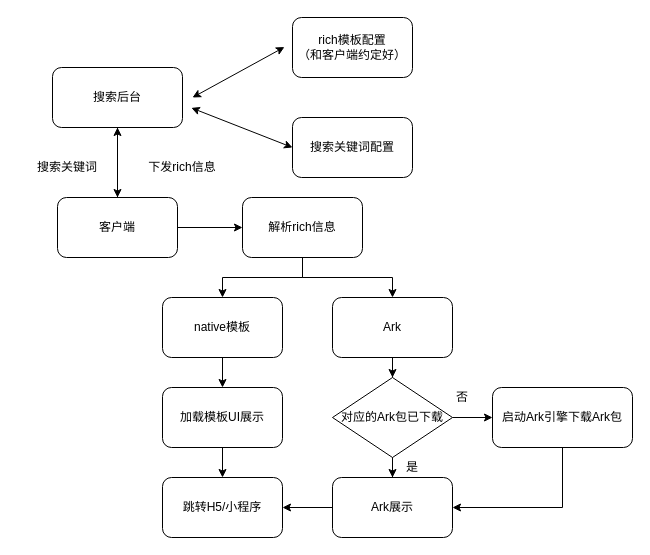
This is page "Ark" (3 of 3) of t3.drawio from wind1096471134/Brainstorming, a draw.io file, before an edit. Source tidied: cells renumbered, new cells numbered last; positions are measured from the earlier drawing's top-left corner, leaving out a move shared by most shapes. Both pictures are drawn from the tidied source at 100%, with x=0, y=0 at pixel (17, 17).
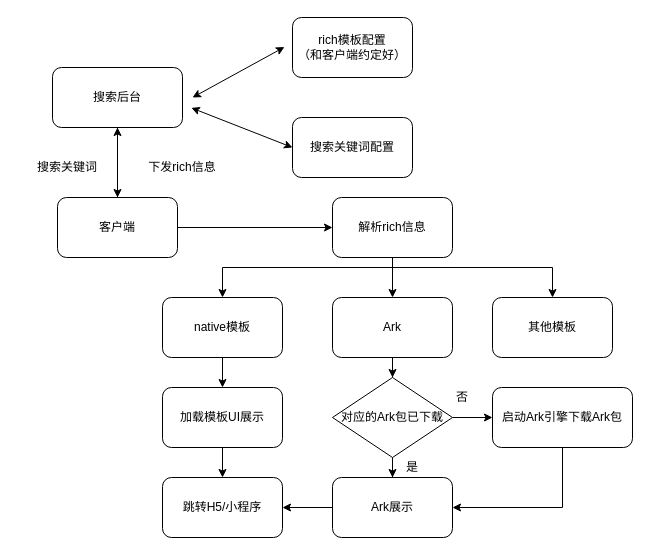
The same page after the edit.

The change refers to these unchanged cells:
```xml
<mxCell id="17" value="native模板" style="rounded=1;whiteSpace=wrap;html=1;" parent="1" vertex="1">
  <mxGeometry x="145" y="280" width="120" height="60" as="geometry" />
</mxCell>
<mxCell id="21" value="Ark" style="rounded=1;whiteSpace=wrap;html=1;" parent="1" vertex="1">
  <mxGeometry x="315" y="280" width="120" height="60" as="geometry" />
</mxCell>
```

The edit, as a diff of the source:
```diff
@@
+    <mxCell id="14" style="edgeStyle=orthogonalEdgeStyle;rounded=0;jettySize=auto;html=1;entryX=0.5;entryY=0;entryDx=0;entryDy=0;" parent="1" edge="1" source="15" target="21">
+      <mxGeometry relative="1" as="geometry" />
+    </mxCell>
+    <mxCell id="33" style="edgeStyle=orthogonalEdgeStyle;rounded=0;jettySize=auto;html=1;entryX=0.5;entryY=0;entryDx=0;entryDy=0;" parent="1" edge="1" source="15" target="34">
+      <mxGeometry relative="1" as="geometry">
+        <Array as="points">
+          <mxPoint x="375" y="250" />
+          <mxPoint x="535" y="250" />
+        </Array>
+      </mxGeometry>
+    </mxCell>
     <mxCell id="13" style="edgeStyle=orthogonalEdgeStyle;rounded=0;jettySize=auto;html=1;entryX=0.5;entryY=0;entryDx=0;entryDy=0;" parent="1" edge="1" source="15" target="17">
-      <mxGeometry relative="1" as="geometry" />
+      <mxGeometry relative="1" as="geometry">
+        <Array as="points">
+          <mxPoint x="375" y="250" />
+          <mxPoint x="205" y="250" />
+        </Array>
+      </mxGeometry>
     </mxCell>
-    <mxCell id="14" style="edgeStyle=orthogonalEdgeStyle;rounded=0;jettySize=auto;html=1;entryX=0.5;entryY=0;entryDx=0;entryDy=0;" parent="1" edge="1" source="15" target="21">
-      <mxGeometry relative="1" as="geometry" />
-    </mxCell>
     <mxCell id="15" value="解析rich信息" style="rounded=1;whiteSpace=wrap;html=1;" parent="1" vertex="1">
-      <mxGeometry x="225" y="180" width="120" height="60" as="geometry" />
+      <mxGeometry x="315" y="180" width="120" height="60" as="geometry" />
     </mxCell>
@@
+    <mxCell id="34" value="其他模板" style="rounded=1;whiteSpace=wrap;html=1;" parent="1" vertex="1">
+      <mxGeometry x="475" y="280" width="120" height="60" as="geometry" />
+    </mxCell>
```
